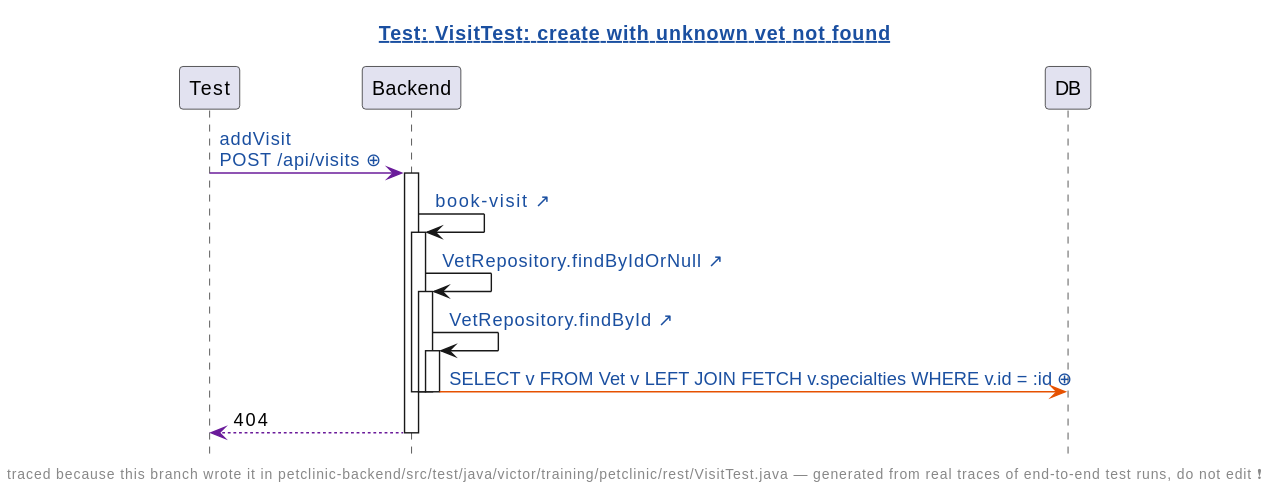
Before: demo/demo/assets/diagrams/petclinic-test_generated_VisitTest.java.create-with-unknown-vet-not-found.genseq.new.svg, a diagram exported from PlantUML (victorrentea/human-review).
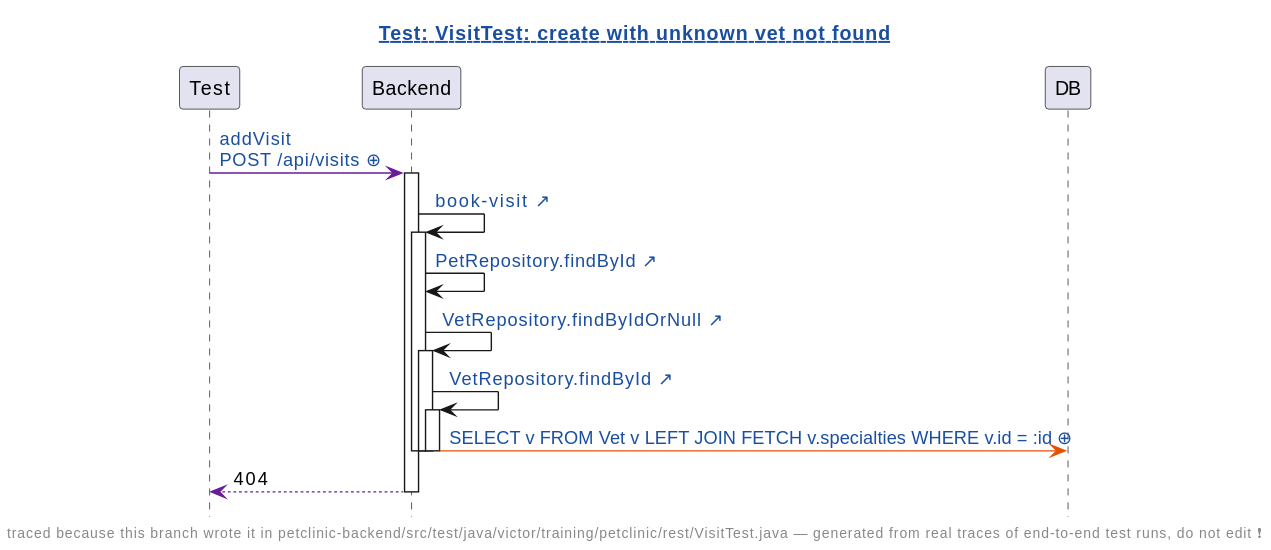
After the commit.

What changed in the source:
```diff
@@ -4,15 +4,16 @@
 skinparam hyperlinkColor #1A4FA0
 skinparam sequenceGroupFontColor #888888
 skinparam sequenceGroupFontStyle plain
-title [[src://petclinic-backend/src/test/java/victor/training/petclinic/rest/VisitTest.java:275{Click to open the test} Test: VisitTest: create with unknown vet not found]]
+title [[src://petclinic-backend/src/test/java/victor/training/petclinic/rest/VisitTest.java:365{Click to open the test} Test: VisitTest: create with unknown vet not found]]
 footer traced because this branch wrote it in petclinic-backend/src/test/java/victor/training/petclinic/rest/VisitTest.java — generated from real traces of end-to-end test runs, do not edit ❗
 participant Test
 participant Backend
 participant DB
 Test -[#6A1B9A]> Backend: [[genseq://0rymiqj{Click for the request as it was sent} addVisit\nPOST /api/visits ⊕]]
 activate Backend
-Backend -> Backend: [[src://petclinic-backend/src/main/java/victor/training/petclinic/rest/VisitRestController.java:72{Click to open VisitRestController.bookVisit} book-visit ↗]]
+Backend -> Backend: [[src://petclinic-backend/src/main/java/victor/training/petclinic/rest/VisitRestController.java:77{Click to open VisitRestController.bookVisit} book-visit ↗]]
 activate Backend
+Backend -> Backend: [[src://petclinic-backend/src/main/java/victor/training/petclinic/repository/PetRepository.java:16{Click to open PetRepository.findById} PetRepository.findById ↗]]
 Backend -> Backend: [[src://petclinic-backend/src/main/java/victor/training/petclinic/repository/VetRepository.java:19{Click to open VetRepository.findByIdOrNull} VetRepository.findByIdOrNull ↗]]
 activate Backend
 Backend -> Backend: [[src://petclinic-backend/src/main/java/victor/training/petclinic/repository/VetRepository.java:16{Click to open VetRepository.findById} VetRepository.findById ↗]]
```
